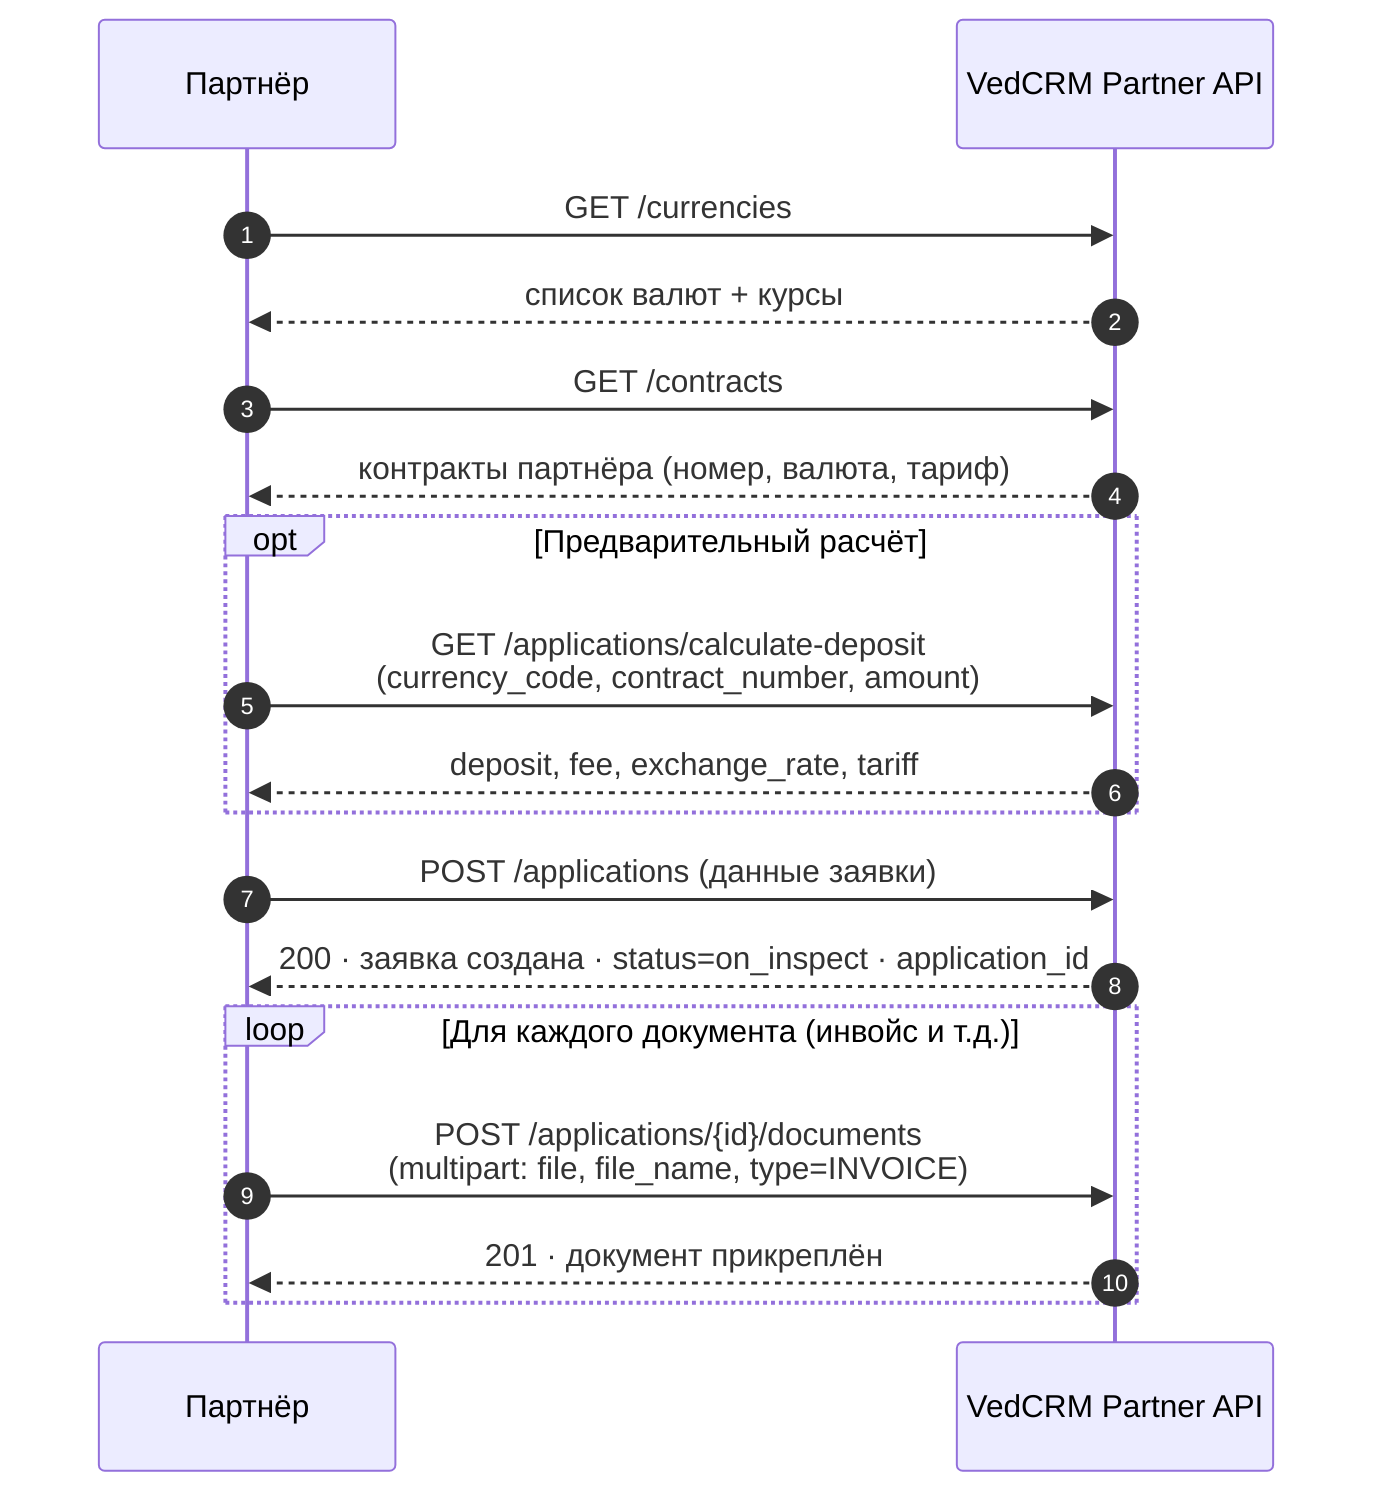
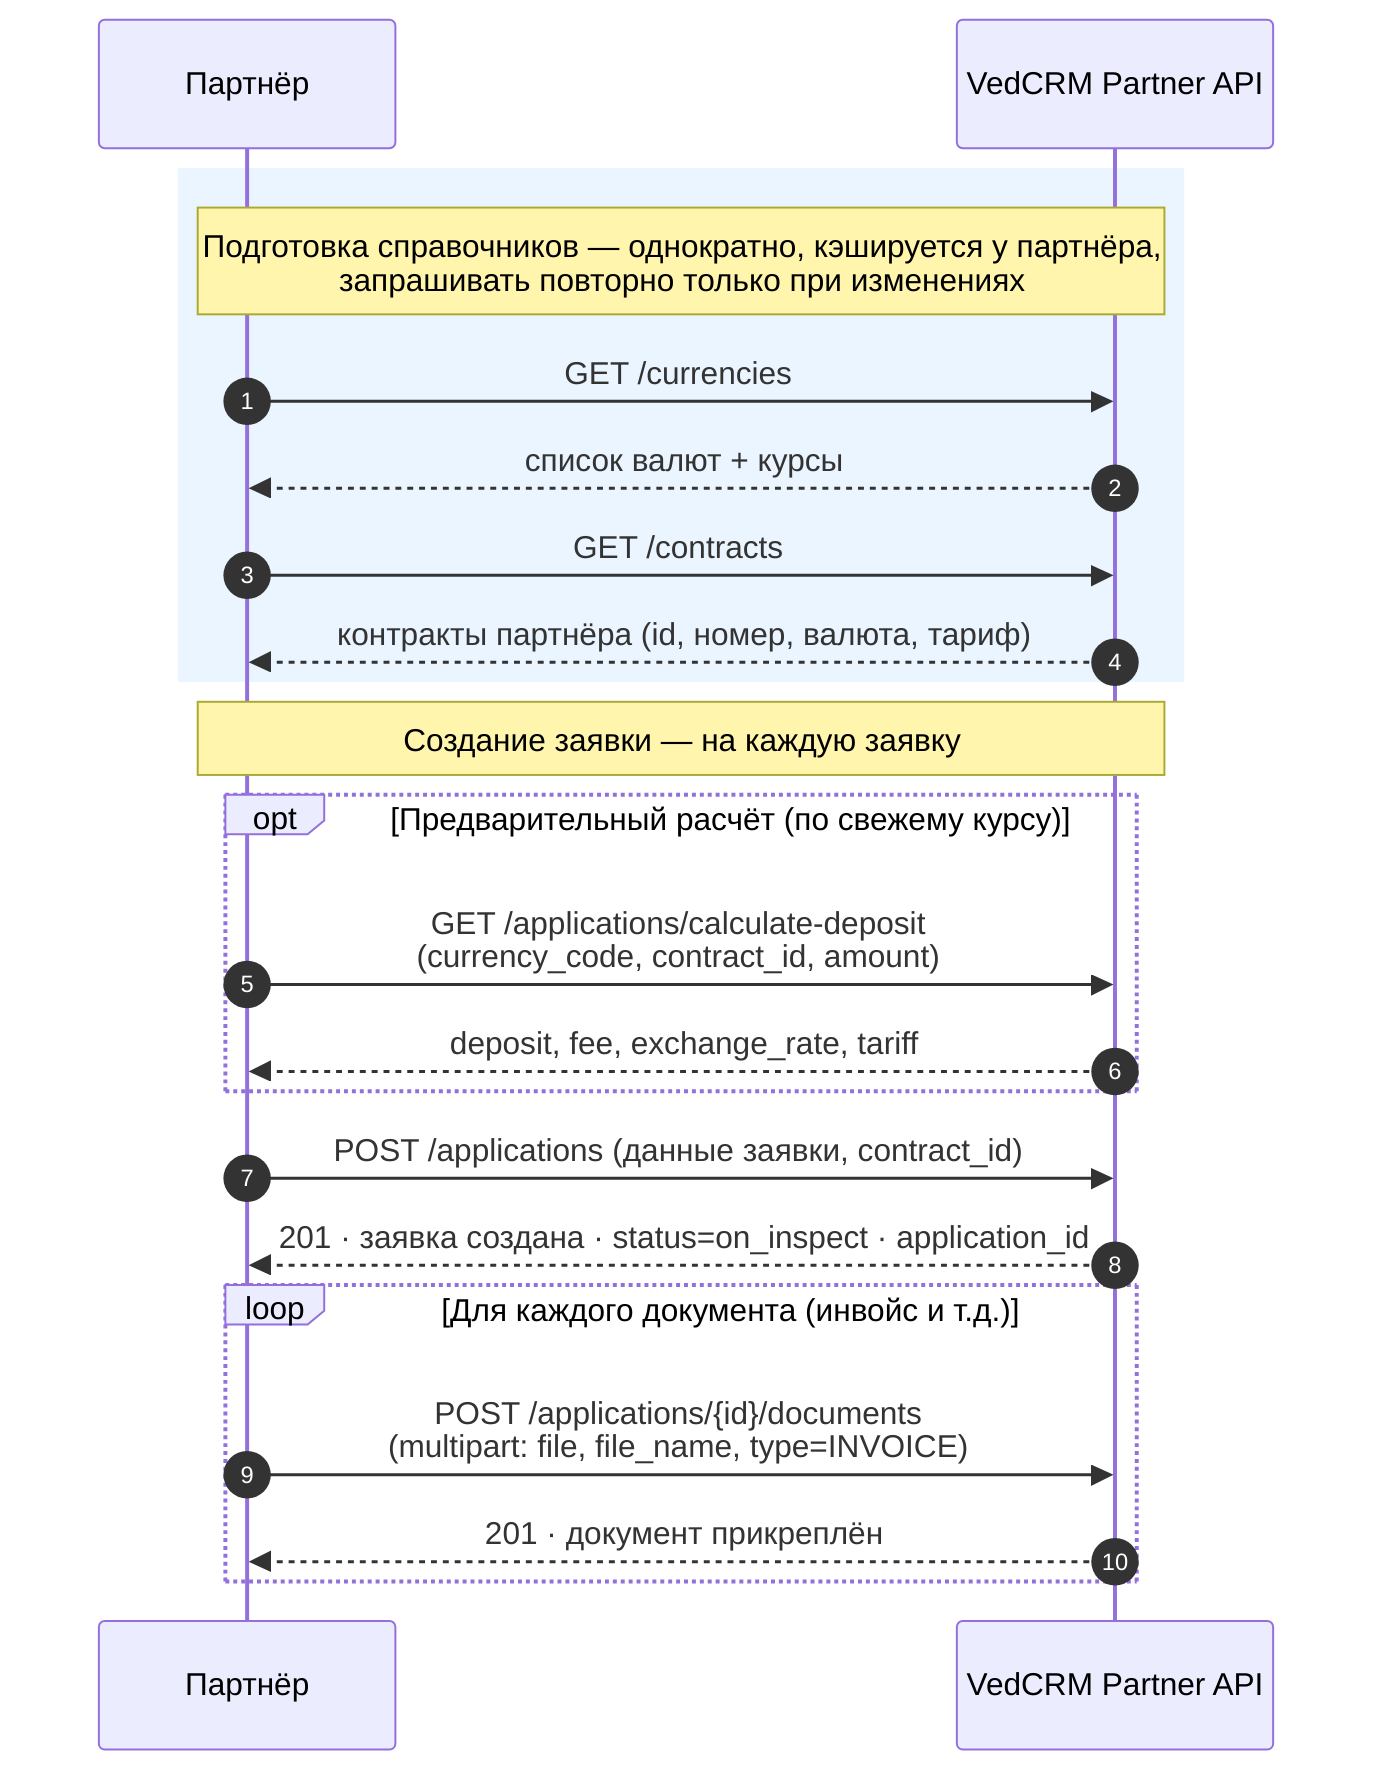
sequenceDiagram
    autonumber
    participant P as Партнёр
    participant API as VedCRM Partner API
+     rect rgb(235, 245, 255)
+     Note over P,API: Подготовка справочников — однократно, кэшируется у партнёра,<br/>запрашивать повторно только при изменениях
    P->>API: GET /currencies
    API-->>P: список валют + курсы
    P->>API: GET /contracts
-     API-->>P: контракты партнёра (номер, валюта, тариф)
-     opt Предварительный расчёт
-         P->>API: GET /applications/calculate-deposit<br/>(currency_code, contract_number, amount)
+     API-->>P: контракты партнёра (id, номер, валюта, тариф)
+     end
+     Note over P,API: Создание заявки — на каждую заявку
+     opt Предварительный расчёт (по свежему курсу)
+         P->>API: GET /applications/calculate-deposit<br/>(currency_code, contract_id, amount)
        API-->>P: deposit, fee, exchange_rate, tariff
    end
-     P->>API: POST /applications (данные заявки)
-     API-->>P: 200 · заявка создана · status=on_inspect · application_id
+     P->>API: POST /applications (данные заявки, contract_id)
+     API-->>P: 201 · заявка создана · status=on_inspect · application_id
    loop Для каждого документа (инвойс и т.д.)
        P->>API: POST /applications/{id}/documents<br/>(multipart: file, file_name, type=INVOICE)
        API-->>P: 201 · документ прикреплён
    end
